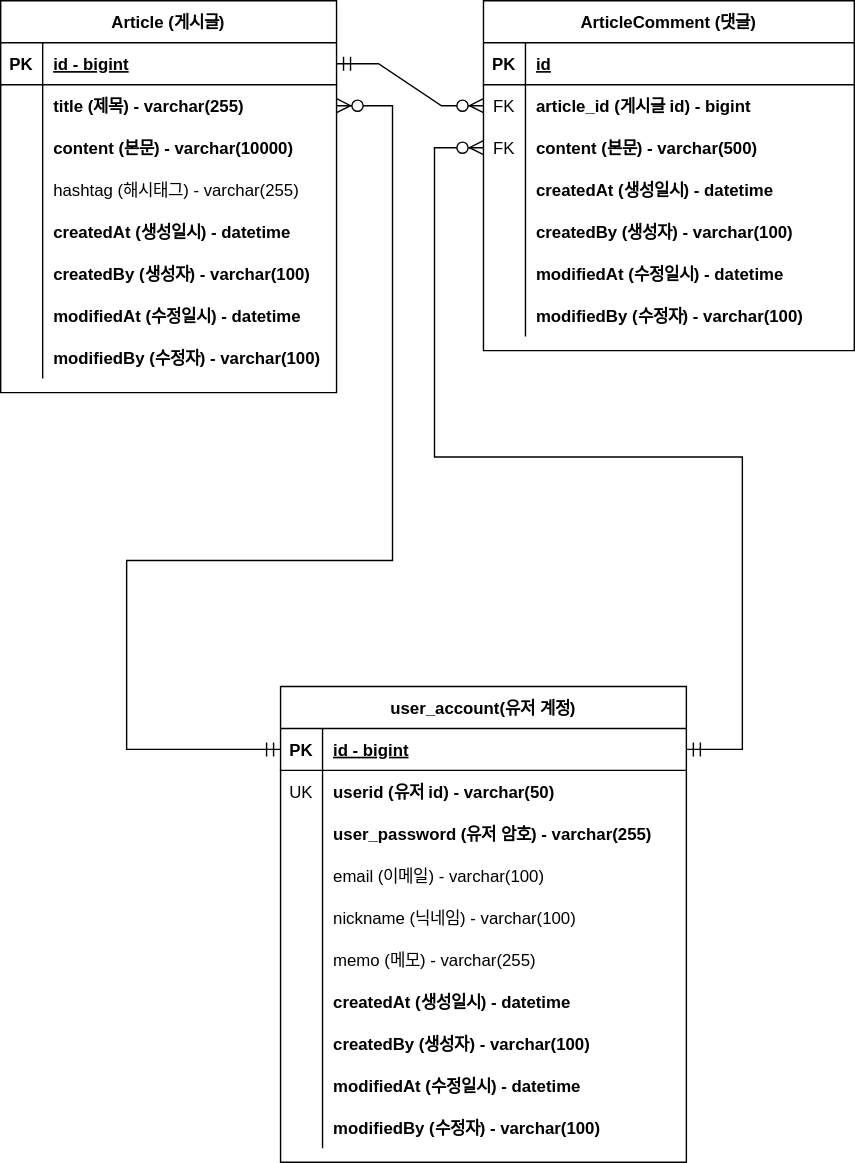
Above: fastcampus-project-board/document/project-board-erd.svg in jihye0418/STUDY-SPRING (draw.io), before the change. Source tidied: cells renumbered, new cells last; positions are measured from the earlier drawing's top-left corner, leaving out a move shared by most shapes.
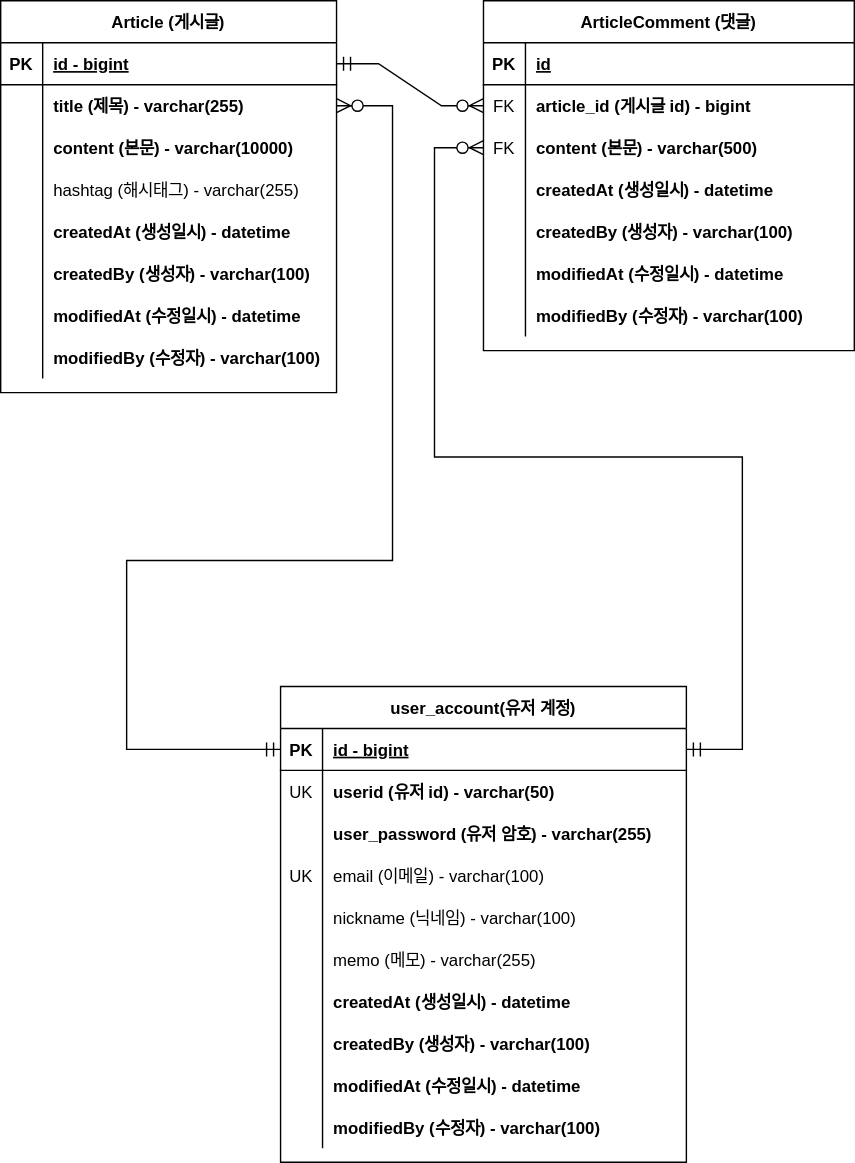
Above is the later version.

Commit message:
#29 - 도메인 정보 수정

What changed in the source:
```diff
@@ -179,7 +179,7 @@
     <mxCell id="60" style="shape=partialRectangle;fillColor=none;top=0;left=0;right=0;bottom=0;" parent="50" vertex="1">
       <mxGeometry y="120" width="290" height="30" as="geometry" />
     </mxCell>
-    <mxCell id="61" style="shape=partialRectangle;overflow=hidden;fillColor=none;top=0;left=0;bottom=0;right=0;" parent="60" vertex="1">
+    <mxCell id="61" value="UK" style="shape=partialRectangle;overflow=hidden;fillColor=none;top=0;left=0;bottom=0;right=0;" parent="60" vertex="1">
       <mxGeometry width="30" height="30" as="geometry" />
     </mxCell>
     <mxCell id="62" value="email (이메일) - varchar(100)" style="shape=partialRectangle;overflow=hidden;fillColor=none;top=0;left=0;bottom=0;right=0;align=left;spacingLeft=6;" parent="60" vertex="1">
```
